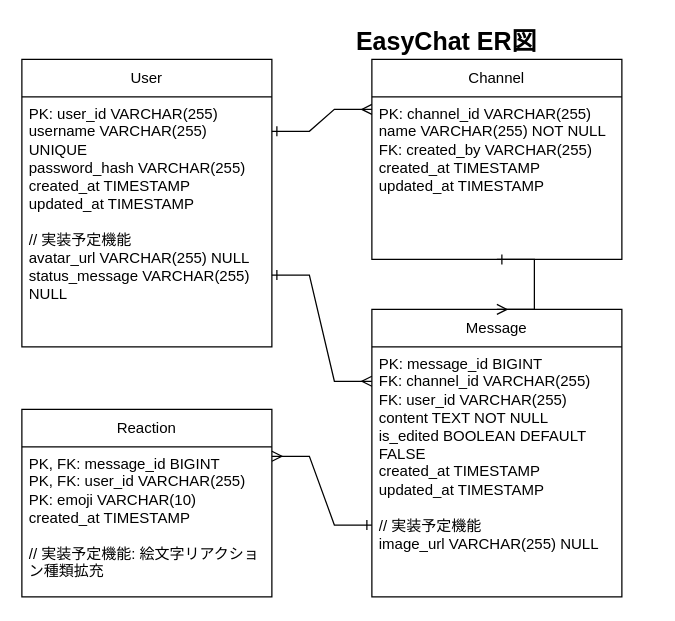
Earlier version of the draw.io diagram ER-diagram.drawio (EDEN0412/EasyChat). Source tidied: cells renumbered, new cells numbered last; positions are measured from the earlier drawing's top-left corner, leaving out a move shared by most shapes. Both pictures are drawn from the tidied source at 125%, with x=0, y=0 at pixel (21, 21).
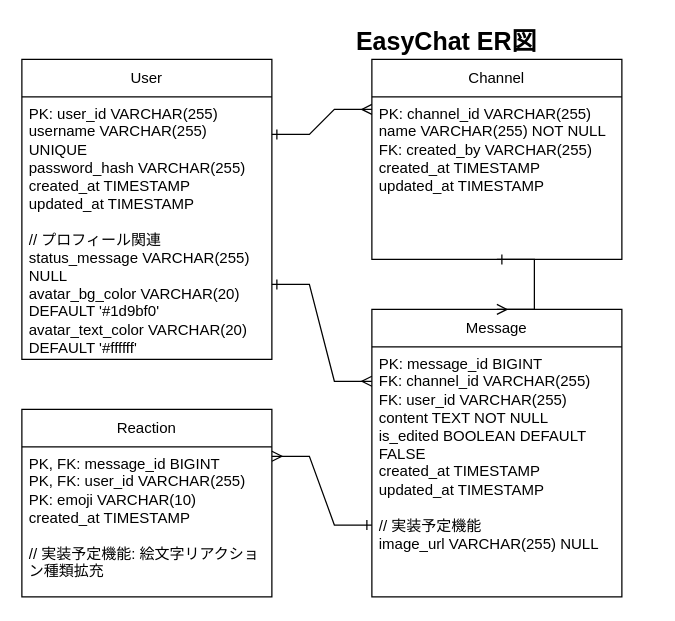
The same diagram, later.

Commit message (it also covers changes not shown here):
プロフィール機能を強化し、アバターの背景色とテキスト色を選択できるようにしました。ER図とテキストファイルを更新し、ユーザー情報に関連するフィールドを追加。チャットメッセージのアバター表示を改善し、ユーザーエクスペリエンスを向上させました。

Change to the diagram source:
```diff
@@
 <mxGraphModel>
   <root>
     <mxCell id="0" />
     <mxCell id="1" parent="0" />
     <mxCell id="2" value="User" style="swimlane;fontStyle=0;horizontal=1;startSize=30;whiteSpace=wrap;html=1;" parent="1" vertex="1">
-      <mxGeometry y="30" width="200" height="230" as="geometry" />
+      <mxGeometry y="30" width="200" height="240" as="geometry" />
     </mxCell>
-    <mxCell id="3" value="PK: user_id VARCHAR(255)&#10;username VARCHAR(255) UNIQUE&#10;password_hash VARCHAR(255)&#10;created_at TIMESTAMP&#10;updated_at TIMESTAMP&#10;&#10;// 実装予定機能&#10;avatar_url VARCHAR(255) NULL&#10;status_message VARCHAR(255) NULL" style="text;strokeColor=none;fillColor=none;align=left;verticalAlign=top;spacingLeft=4;spacingRight=4;overflow=hidden;whiteSpace=wrap;html=1;" parent="2" vertex="1">
-      <mxGeometry y="30" width="200" height="200" as="geometry" />
+    <mxCell id="3" value="PK: user_id VARCHAR(255)&#10;username VARCHAR(255) UNIQUE&#10;password_hash VARCHAR(255)&#10;created_at TIMESTAMP&#10;updated_at TIMESTAMP&#10;&#10;// プロフィール関連&#10;status_message VARCHAR(255) NULL&#10;avatar_bg_color VARCHAR(20) DEFAULT '#1d9bf0'&#10;avatar_text_color VARCHAR(20) DEFAULT '#ffffff'" style="text;strokeColor=none;fillColor=none;align=left;verticalAlign=top;spacingLeft=4;spacingRight=4;overflow=hidden;whiteSpace=wrap;html=1;" parent="2" vertex="1">
+      <mxGeometry y="30" width="200" height="210" as="geometry" />
     </mxCell>
     <mxCell id="4" value="Channel" style="swimlane;fontStyle=0;horizontal=1;startSize=30;whiteSpace=wrap;html=1;" parent="1" vertex="1">
       <mxGeometry x="280" y="30" width="200" height="160" as="geometry" />
     </mxCell>
     <mxCell id="5" value="PK: channel_id VARCHAR(255)&#10;name VARCHAR(255) NOT NULL&#10;FK: created_by VARCHAR(255)&#10;created_at TIMESTAMP&#10;updated_at TIMESTAMP" style="text;strokeColor=none;fillColor=none;align=left;verticalAlign=top;spacingLeft=4;spacingRight=4;overflow=hidden;whiteSpace=wrap;html=1;" parent="4" vertex="1">
       <mxGeometry y="30" width="200" height="130" as="geometry" />
     </mxCell>
     <mxCell id="6" value="Message" style="swimlane;fontStyle=0;horizontal=1;startSize=30;whiteSpace=wrap;html=1;" parent="1" vertex="1">
       <mxGeometry x="280" y="230" width="200" height="230" as="geometry" />
     </mxCell>
     <mxCell id="7" value="PK: message_id BIGINT&#10;FK: channel_id VARCHAR(255)&#10;FK: user_id VARCHAR(255)&#10;content TEXT NOT NULL&#10;is_edited BOOLEAN DEFAULT FALSE&#10;created_at TIMESTAMP&#10;updated_at TIMESTAMP&#10;&#10;// 実装予定機能&#10;image_url VARCHAR(255) NULL" style="text;strokeColor=none;fillColor=none;align=left;verticalAlign=top;spacingLeft=4;spacingRight=4;overflow=hidden;whiteSpace=wrap;html=1;" parent="6" vertex="1">
       <mxGeometry y="30" width="200" height="200" as="geometry" />
     </mxCell>
     <mxCell id="8" value="Reaction" style="swimlane;fontStyle=0;horizontal=1;startSize=30;whiteSpace=wrap;html=1;" parent="1" vertex="1">
       <mxGeometry y="310" width="200" height="150" as="geometry" />
     </mxCell>
     <mxCell id="9" value="PK, FK: message_id BIGINT&#10;PK, FK: user_id VARCHAR(255)&#10;PK: emoji VARCHAR(10)&#10;created_at TIMESTAMP&#10;&#10;// 実装予定機能: 絵文字リアクション種類拡充" style="text;strokeColor=none;fillColor=none;align=left;verticalAlign=top;spacingLeft=4;spacingRight=4;overflow=hidden;whiteSpace=wrap;html=1;" parent="8" vertex="1">
       <mxGeometry y="30" width="200" height="120" as="geometry" />
     </mxCell>
     <mxCell id="10" style="edgeStyle=entityRelationEdgeStyle;fontSize=12;html=1;endArrow=ERmany;startArrow=ERone;rounded=0;exitX=1;exitY=0.25;exitDx=0;exitDy=0;entryX=0;entryY=0.25;entryDx=0;entryDy=0;startFill=0;" parent="1" edge="1" source="2" target="4">
       <mxGeometry relative="1" as="geometry" />
     </mxCell>
     <mxCell id="11" style="edgeStyle=entityRelationEdgeStyle;fontSize=12;html=1;endArrow=ERmany;startArrow=ERone;rounded=0;exitX=0.5;exitY=1;exitDx=0;exitDy=0;entryX=0.5;entryY=0;entryDx=0;entryDy=0;startFill=0;" parent="1" edge="1" source="4" target="6">
       <mxGeometry relative="1" as="geometry" />
     </mxCell>
     <mxCell id="12" style="edgeStyle=entityRelationEdgeStyle;fontSize=12;html=1;endArrow=ERmany;startArrow=ERone;rounded=0;exitX=1;exitY=0.75;exitDx=0;exitDy=0;entryX=0;entryY=0.25;entryDx=0;entryDy=0;startFill=0;" parent="1" edge="1" source="2" target="6">
       <mxGeometry relative="1" as="geometry" />
     </mxCell>
     <mxCell id="13" style="edgeStyle=entityRelationEdgeStyle;fontSize=12;html=1;endArrow=ERmany;startArrow=ERone;rounded=0;exitX=0;exitY=0.75;exitDx=0;exitDy=0;entryX=1;entryY=0.25;entryDx=0;entryDy=0;startFill=0;" parent="1" edge="1" source="6" target="8">
       <mxGeometry relative="1" as="geometry" />
     </mxCell>
     <mxCell id="14" value="EasyChat ER図" style="text;html=1;strokeColor=none;fillColor=none;align=center;verticalAlign=middle;whiteSpace=wrap;rounded=0;fontSize=20;fontStyle=1;" parent="1" vertex="1">
       <mxGeometry x="175" width="330" height="30" as="geometry" />
     </mxCell>
   </root>
 </mxGraphModel>
```
